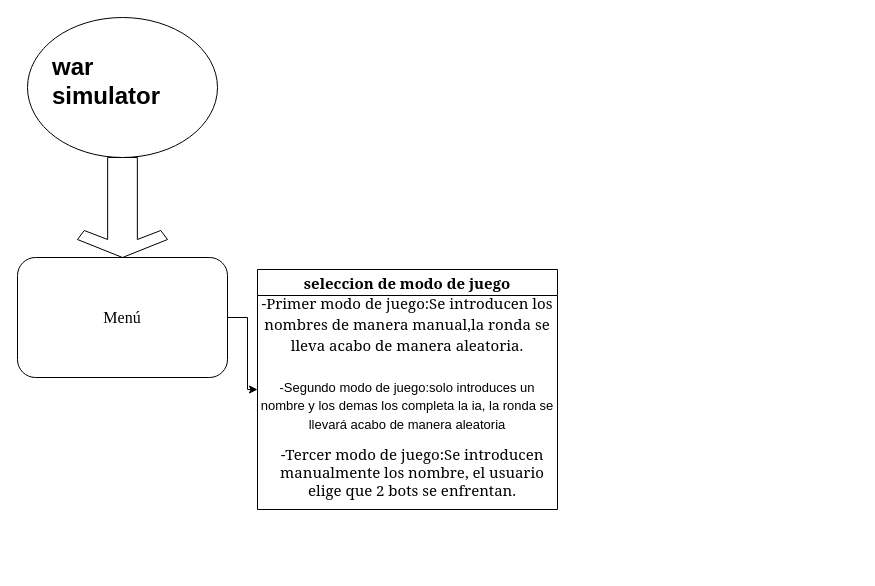
Earlier version of the draw.io diagram Untitled Diagram.drawio (iglesiascaballeropablo/Trabajo). Source tidied: cells renumbered, new cells numbered last; positions are measured from the earlier drawing's top-left corner, leaving out a move shared by most shapes. Both pictures are drawn from the tidied source at 100%, with x=0, y=0 at pixel (17, 17).
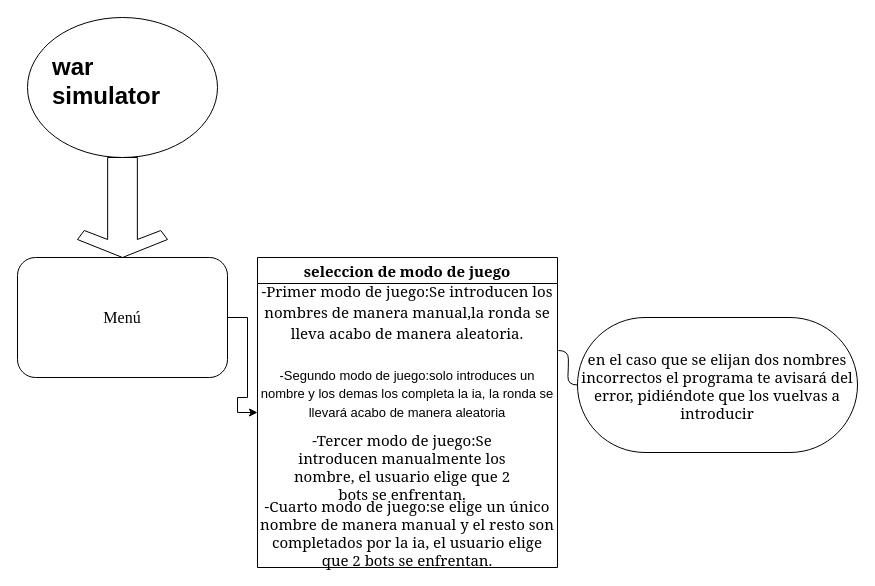
The same page after the edit.

Diff of the diagram source:
```diff
@@
 <mxGraphModel>
   <root>
     <mxCell id="0" />
     <mxCell id="1" parent="0" />
     <mxCell id="2" style="ellipse;whiteSpace=wrap;html=1;" parent="1" vertex="1">
       <mxGeometry x="10" width="190" height="140" as="geometry" />
     </mxCell>
     <mxCell id="3" value="&lt;h1&gt;war simulator&lt;/h1&gt;" style="text;html=1;strokeColor=none;fillColor=none;spacing=5;spacingTop=-20;whiteSpace=wrap;overflow=hidden;rounded=0;" parent="1" vertex="1">
       <mxGeometry x="30" y="30" width="150" height="80" as="geometry" />
     </mxCell>
     <mxCell id="4" style="html=1;shadow=0;dashed=0;align=center;verticalAlign=middle;shape=mxgraph.arrows2.sharpArrow2;dy1=0.67;dx1=18;dx2=18;dy3=0.15;dx3=27;notch=0;direction=south;" parent="1" vertex="1">
       <mxGeometry x="60" y="140" width="90" height="100" as="geometry" />
     </mxCell>
     <mxCell id="5" style="edgeStyle=orthogonalEdgeStyle;rounded=0;jettySize=auto;html=1;" parent="1" edge="1" source="6" target="7">
       <mxGeometry relative="1" as="geometry" />
     </mxCell>
     <mxCell id="6" value="&lt;font face=&quot;Times New Roman&quot; size=&quot;3&quot;&gt;Menú&lt;/font&gt;" style="rounded=1;whiteSpace=wrap;html=1;" parent="1" vertex="1">
       <mxGeometry y="240" width="210" height="120" as="geometry" />
     </mxCell>
     <mxCell id="7" value="seleccion de modo de juego" style="swimlane;fontStyle=1;horizontal=1;startSize=26;fontFamily=Georgia;fontSize=15;" parent="1" vertex="1">
-      <mxGeometry x="240" y="252" width="300" height="240" as="geometry" />
+      <mxGeometry x="240" y="240" width="300" height="310" as="geometry" />
     </mxCell>
     <mxCell id="8" value="&lt;h3&gt;&lt;span style=&quot;font-size: 15px ; font-weight: normal&quot;&gt;&lt;font style=&quot;font-size: 15px&quot;&gt;-Primer modo de juego:Se introducen los nombres de manera manual,la ronda se lleva acabo de manera aleatoria.&lt;/font&gt;&lt;/span&gt;&lt;/h3&gt;&lt;div&gt;&lt;span style=&quot;font-weight: normal&quot;&gt;&lt;font style=&quot;font-size: 12px&quot;&gt;&lt;br&gt;&lt;/font&gt;&lt;/span&gt;&lt;/div&gt;" style="text;html=1;strokeColor=none;fillColor=none;align=center;verticalAlign=middle;whiteSpace=wrap;rounded=0;fontFamily=Georgia;fontSize=15;" parent="7" vertex="1">
       <mxGeometry y="26" width="300" height="74" as="geometry" />
     </mxCell>
     <mxCell id="9" value="&lt;font face=&quot;Helvetica&quot; style=&quot;font-size: 13px&quot;&gt;-Segundo modo de juego:solo introduces un nombre y los demas los completa la ia, la ronda se llevará acabo de manera aleatoria&lt;/font&gt;" style="text;html=1;strokeColor=none;fillColor=none;align=center;verticalAlign=middle;whiteSpace=wrap;rounded=0;fontFamily=Georgia;fontSize=15;" parent="7" vertex="1">
       <mxGeometry y="100" width="300" height="70" as="geometry" />
     </mxCell>
     <mxCell id="10" value="&lt;h3&gt;&lt;br&gt;&lt;/h3&gt;&lt;div&gt;&lt;br&gt;&lt;/div&gt;&lt;div&gt;&lt;br&gt;&lt;/div&gt;" style="text;html=1;align=center;verticalAlign=middle;strokeColor=none;" parent="7" vertex="1">
       <mxGeometry y="170" width="300" height="70" as="geometry" />
     </mxCell>
-    <mxCell id="11" value="&lt;br&gt;-Tercer modo de juego:Se introducen manualmente los nombre, el usuario elige que 2 bots se enfrentan.&lt;br&gt;" style="text;html=1;strokeColor=none;fillColor=none;align=center;verticalAlign=middle;whiteSpace=wrap;rounded=0;fontFamily=Georgia;fontSize=15;" parent="1" vertex="1">
-      <mxGeometry x="250" y="410" width="290" height="70" as="geometry" />
+    <mxCell id="11" value="-Cuarto modo de juego:se elige un único nombre de manera manual y el resto son completados por la ia, el usuario elige que 2 bots se enfrentan." style="text;html=1;strokeColor=none;fillColor=none;align=center;verticalAlign=middle;whiteSpace=wrap;rounded=0;fontFamily=Georgia;fontSize=15;" parent="7" vertex="1">
+      <mxGeometry y="240" width="300" height="70" as="geometry" />
     </mxCell>
+    <mxCell id="12" value="&lt;br&gt;&lt;span&gt;-Tercer modo de juego:Se introducen manualmente los nombre, el usuario elige que 2 bots se enfrentan.&lt;/span&gt;" style="text;html=1;strokeColor=none;fillColor=none;align=center;verticalAlign=middle;whiteSpace=wrap;rounded=0;fontFamily=Georgia;fontSize=15;" parent="1" vertex="1">
+      <mxGeometry x="260" y="400" width="250" height="80" as="geometry" />
+    </mxCell>
+    <mxCell id="13" value="en el caso que se elijan dos nombres incorrectos el programa te avisará del error, pidiéndote que los vuelvas a introducir" style="whiteSpace=wrap;html=1;rounded=1;arcSize=50;align=center;verticalAlign=middle;strokeWidth=1;spacing=4;newEdgeStyle={&quot;edgeStyle&quot;:&quot;entityRelationEdgeStyle&quot;,&quot;startArrow&quot;:&quot;none&quot;,&quot;endArrow&quot;:&quot;none&quot;,&quot;segment&quot;:10,&quot;curved&quot;:1};fontFamily=Georgia;fontSize=15;" parent="1" vertex="1">
+      <mxGeometry x="560" y="300" width="280" height="135" as="geometry" />
+    </mxCell>
+    <mxCell id="14" style="edgeStyle=entityRelationEdgeStyle;startArrow=none;endArrow=none;segment=10;curved=1;fontFamily=Georgia;fontSize=15;exitX=1.003;exitY=0.905;exitDx=0;exitDy=0;exitPerimeter=0;" parent="1" edge="1" source="8" target="13">
+      <mxGeometry relative="1" as="geometry" />
+    </mxCell>
   </root>
 </mxGraphModel>
```
